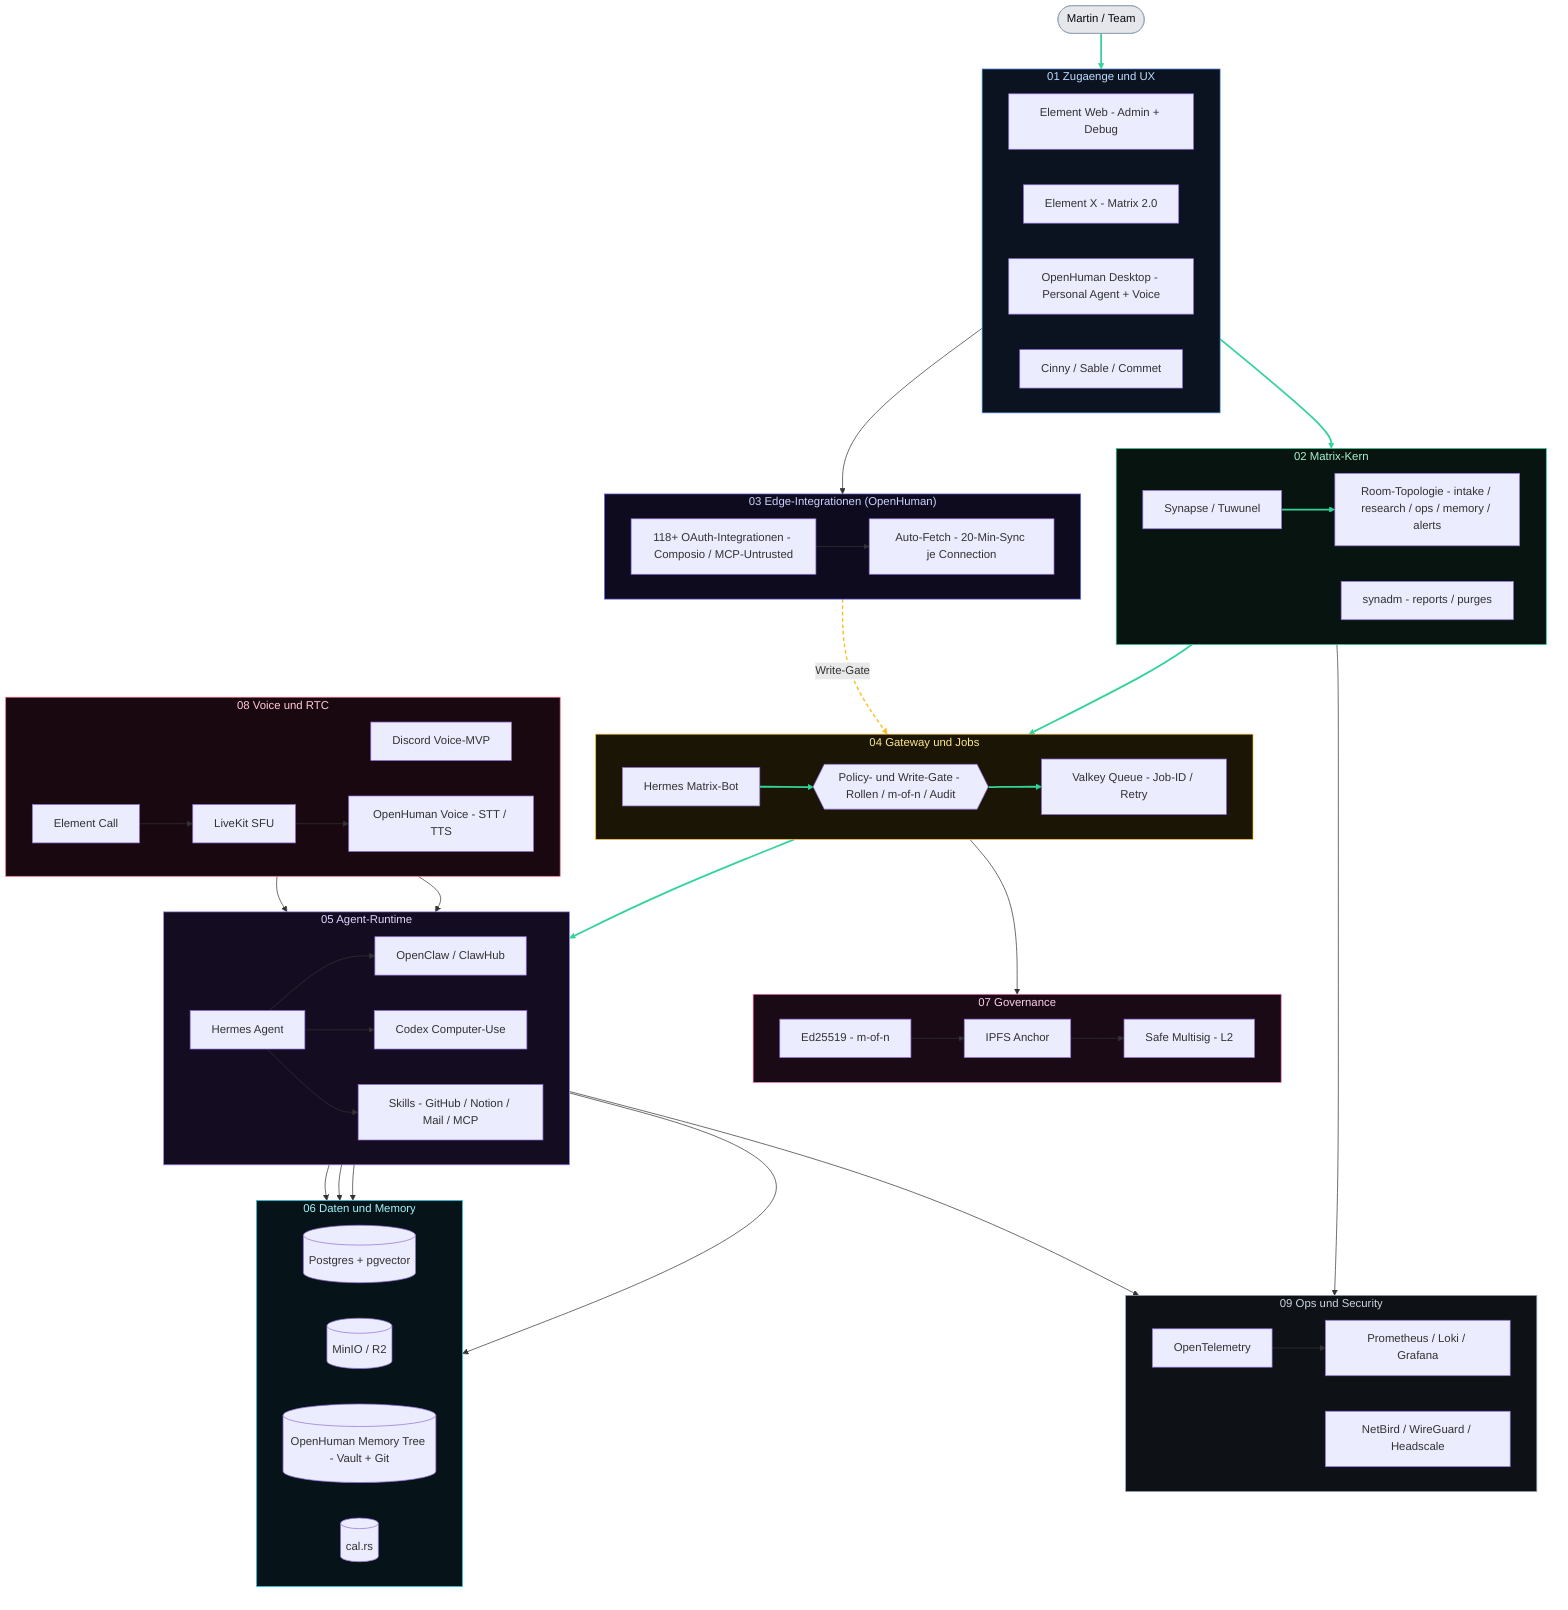
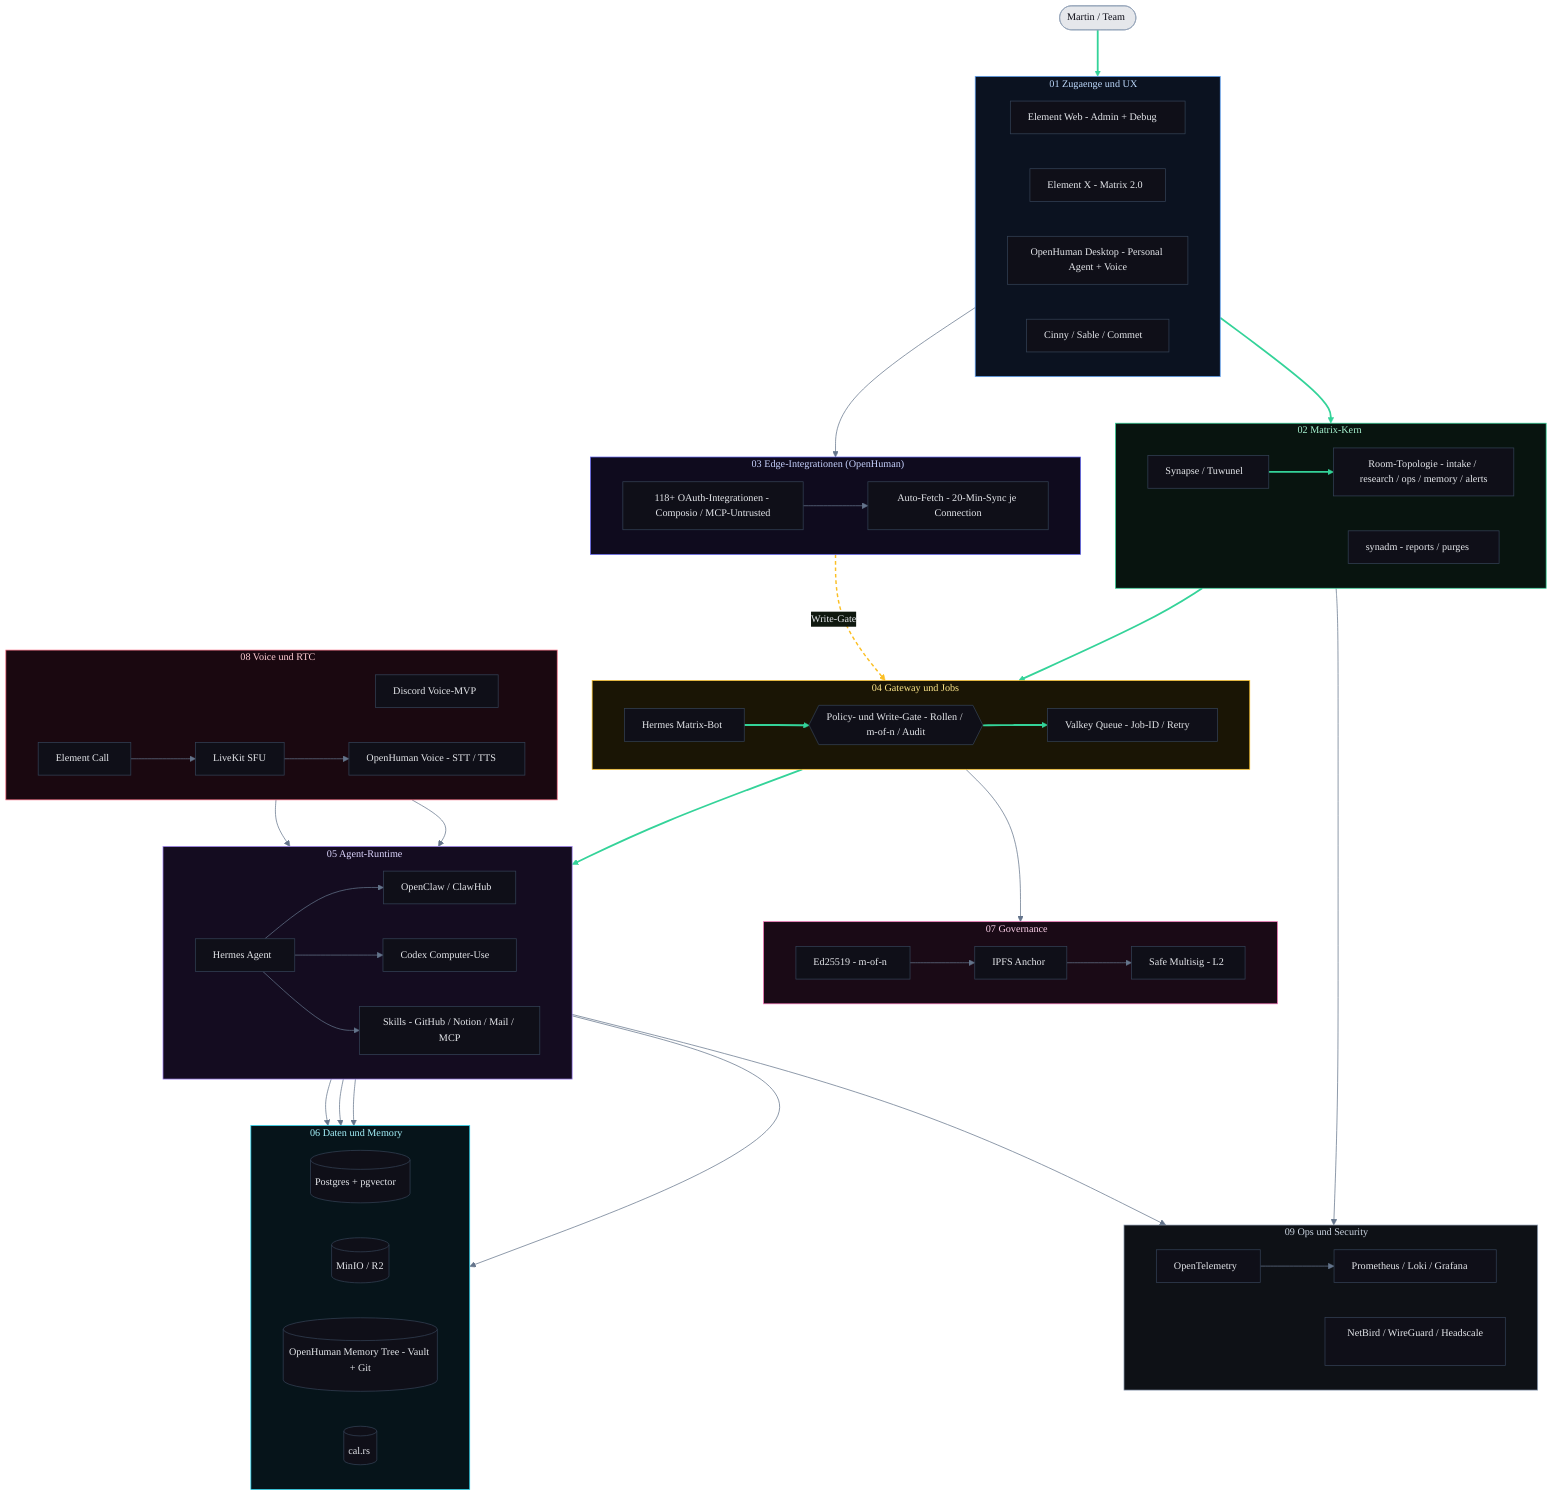
- %%{init:{"theme":"base","themeVariables":{"fontFamily":"ui-sans-serif, system-ui, sans-serif","background":"#0A0A14","primaryColor":"#0F0F18","primaryBorderColor":"#334155","primaryTextColor":"#E5E7EB","lineColor":"#64748B","clusterBkg":"#0B0B16","clusterBorder":"#1F2937","fontSize":"14px"},"flowchart":{"curve":"basis","nodeSpacing":48,"rankSpacing":64,"padding":12}}%%
+ %%{init:{"theme":"base","themeVariables":{"fontFamily":"ui-sans-serif, system-ui, sans-serif","background":"#0A0A14","primaryColor":"#0F0F18","primaryBorderColor":"#334155","primaryTextColor":"#E5E7EB","lineColor":"#64748B","clusterBkg":"#0B0B16","clusterBorder":"#1F2937","fontSize":"14px"},"flowchart":{"curve":"basis","nodeSpacing":48,"rankSpacing":64,"padding":12}}}%%
flowchart TB
  Human(["Martin / Team"])

  subgraph UX["01 Zugaenge und UX"]
    direction LR
    Element["Element Web - Admin + Debug"]
    ElementX["Element X - Matrix 2.0"]
    OpenHuman["OpenHuman Desktop - Personal Agent + Voice"]
    Cinny["Cinny / Sable / Commet"]
  end

  subgraph Edge["03 Edge-Integrationen (OpenHuman)"]
    direction LR
    Integrations["118+ OAuth-Integrationen - Composio / MCP-Untrusted"]
    AutoFetch["Auto-Fetch - 20-Min-Sync je Connection"]
  end

  subgraph Matrix["02 Matrix-Kern"]
    direction LR
    Homeserver["Synapse / Tuwunel"]
    Rooms["Room-Topologie - intake / research / ops / memory / alerts"]
    Admin["synadm - reports / purges"]
  end

  subgraph Gateway["04 Gateway und Jobs"]
    direction LR
    Bot["Hermes Matrix-Bot"]
    Policy{{"Policy- und Write-Gate - Rollen / m-of-n / Audit"}}
    Queue["Valkey Queue - Job-ID / Retry"]
  end

  subgraph Runtime["05 Agent-Runtime"]
    direction LR
    Hermes["Hermes Agent"]
    OpenClaw["OpenClaw / ClawHub"]
    Codex["Codex Computer-Use"]
    Skills["Skills - GitHub / Notion / Mail / MCP"]
  end

  subgraph Data["06 Daten und Memory"]
    direction LR
    Pg[("Postgres + pgvector")]
    S3[("MinIO / R2")]
    Vault[("OpenHuman Memory Tree - Vault + Git")]
    Cal[("cal.rs")]
  end

  subgraph DAO["07 Governance"]
    direction LR
    Sig["Ed25519 - m-of-n"]
    Ipfs["IPFS Anchor"]
    Safe["Safe Multisig - L2"]
  end

  subgraph Voice["08 Voice und RTC"]
    direction LR
    Discord["Discord Voice-MVP"]
    ElementCall["Element Call"]
    LiveKit["LiveKit SFU"]
    VoiceAgent["OpenHuman Voice - STT / TTS"]
  end

  subgraph Ops["09 Ops und Security"]
    direction LR
    OTel["OpenTelemetry"]
    Grafana["Prometheus / Loki / Grafana"]
    Net["NetBird / WireGuard / Headscale"]
  end

  Human ==> UX
  UX ==> Homeserver
  Homeserver ==> Rooms
  Rooms ==> Bot
  Bot ==> Policy
  Policy ==> Queue
  Queue ==> Hermes

  OpenHuman --> Integrations
  Integrations --> AutoFetch
  AutoFetch -. "Write-Gate" .-> Policy

  Hermes --> OpenClaw
  Hermes --> Codex
  Hermes --> Skills
  Hermes --> Pg
  Hermes --> S3
  Hermes --> Vault
  Hermes --> Cal

  Policy --> Sig
  Sig --> Ipfs
  Ipfs --> Safe

  Discord --> Hermes
  ElementCall --> LiveKit
  LiveKit --> VoiceAgent
  VoiceAgent --> Hermes

  Hermes --> OTel
  OTel --> Grafana
  Admin --> Net

  style UX fill:#0B1220,stroke:#60A5FA,color:#BFDBFE
  style Edge fill:#0F0B1E,stroke:#6366F1,color:#C7D2FE
  style Matrix fill:#08140F,stroke:#34D399,color:#A7F3D0
  style Gateway fill:#1A1505,stroke:#FBBF24,color:#FDE68A
  style Runtime fill:#140C20,stroke:#A78BFA,color:#DDD6FE
  style Data fill:#06141A,stroke:#22D3EE,color:#A5F3FC
  style DAO fill:#1A0A16,stroke:#F472B6,color:#FBCFE8
  style Voice fill:#1A0810,stroke:#FB7185,color:#FECDD3
  style Ops fill:#0E1116,stroke:#94A3B8,color:#CBD5E1
  style Human fill:#E5E7EB,stroke:#94A3B8,color:#0A0A14

  linkStyle 0,1,2,3,4,5,6 stroke:#34D399,stroke-width:2.5px
  linkStyle 9 stroke:#FBBF24,stroke-width:2px,stroke-dasharray:5 4
